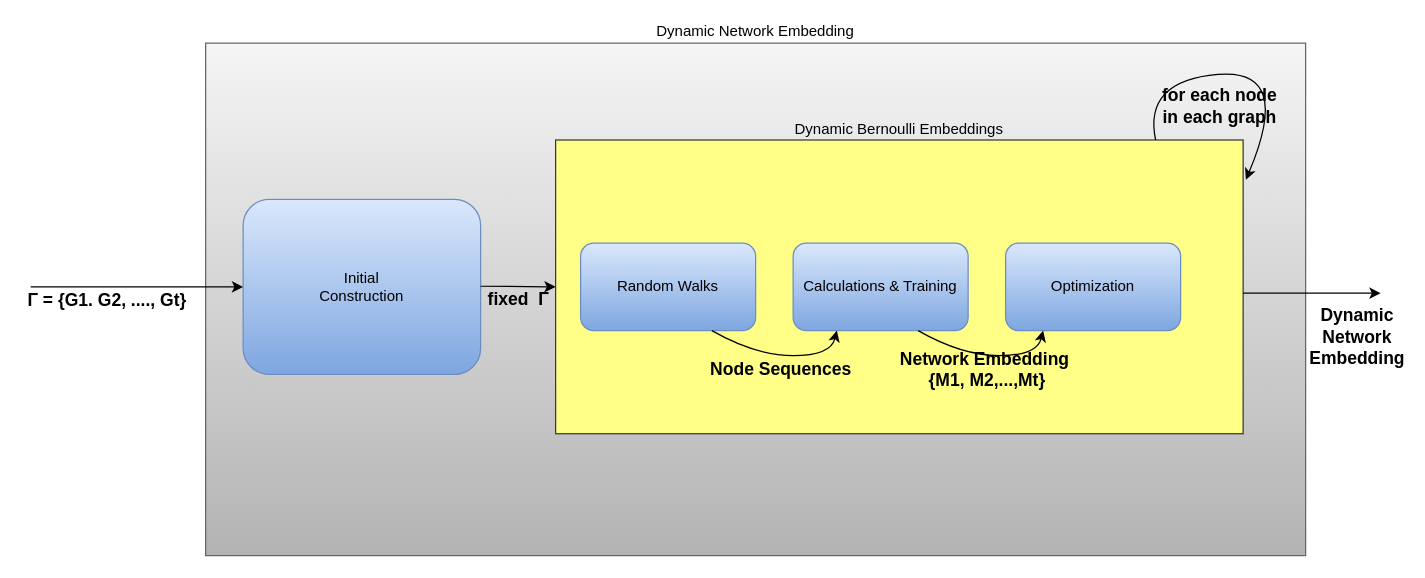
Above: Untitled Diagram.drawio in AvishayBR/Degree_FinalProject (draw.io), before the change. Source tidied: cells renumbered, new cells numbered last; positions are measured from the earlier drawing's top-left corner, leaving out a move shared by most shapes. Both pictures are drawn from the tidied source at 125%, with x=0, y=0 at pixel (30, 42).
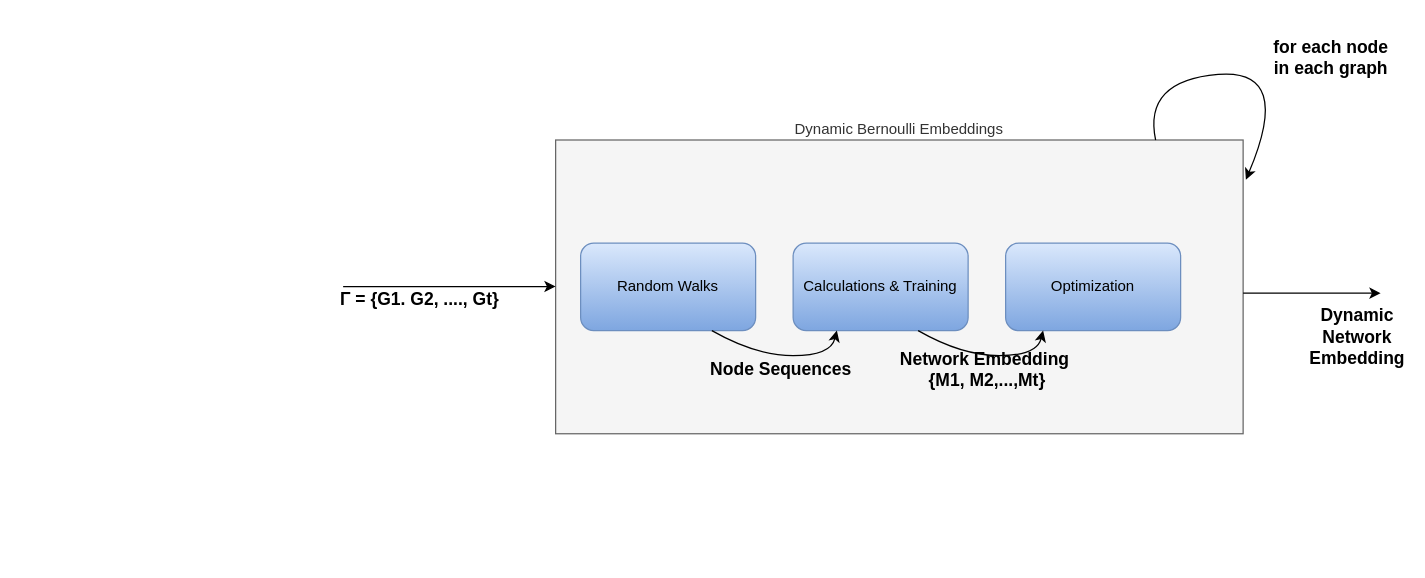
The same diagram, later.

The change refers to these unchanged cells:
```xml
<mxCell id="12" style="curved=1;endArrow=classic;html=1;rounded=0;entryX=1.004;entryY=0.135;entryDx=0;entryDy=0;entryPerimeter=0;" parent="1" edge="1" target="3">
  <mxGeometry relative="1" as="geometry">
    <mxPoint x="900" y="77.5" as="sourcePoint" />
    <Array as="points">
      <mxPoint x="890" y="30" />
      <mxPoint x="1010" y="20" />
    </Array>
  </mxGeometry>
</mxCell>
```

Diff of the diagram source:
```diff
@@
-    <mxCell id="2" value="Dynamic Network Embedding" style="rounded=0;whiteSpace=wrap;html=1;labelPosition=center;verticalLabelPosition=top;align=center;verticalAlign=bottom;fillColor=#f5f5f5;gradientColor=#b3b3b3;strokeColor=#666666;" parent="1" vertex="1">
-      <mxGeometry x="140" width="880" height="410" as="geometry" />
-    </mxCell>
-    <mxCell id="3" value="Dynamic Bernoulli Embeddings" style="rounded=0;whiteSpace=wrap;html=1;labelPosition=center;verticalLabelPosition=top;align=center;verticalAlign=bottom;fillColor=#ffff88;strokeColor=#36393d;" parent="1" vertex="1">
+    <mxCell id="3" value="Dynamic Bernoulli Embeddings" style="rounded=0;whiteSpace=wrap;html=1;labelPosition=center;verticalLabelPosition=top;align=center;verticalAlign=bottom;fillColor=#f5f5f5;strokeColor=#666666;fontColor=#333333;" parent="1" vertex="1">
       <mxGeometry x="420" y="77.5" width="550" height="235" as="geometry" />
     </mxCell>
@@
-    <mxCell id="7" value="Initial&lt;br&gt;Construction" style="rounded=1;whiteSpace=wrap;html=1;fillColor=#dae8fc;gradientColor=#7ea6e0;strokeColor=#6c8ebf;" parent="1" vertex="1">
-      <mxGeometry x="170" y="125" width="190" height="140" as="geometry" />
-    </mxCell>
-    <mxCell id="8" style="endArrow=classic;html=1;rounded=0;" parent="1" edge="1" target="7">
+    <mxCell id="8" style="endArrow=classic;html=1;rounded=0;" parent="1" edge="1">
       <mxGeometry relative="1" as="geometry">
-        <mxPoint y="195" as="sourcePoint" />
+        <mxPoint x="250" y="194.7" as="sourcePoint" />
+        <mxPoint x="420" y="194.7" as="targetPoint" />
       </mxGeometry>
     </mxCell>
@@
-    <mxCell id="10" style="endArrow=classic;html=1;rounded=0;entryX=0;entryY=0.5;entryDx=0;entryDy=0;" parent="1" edge="1" target="3">
-      <mxGeometry relative="1" as="geometry">
-        <mxPoint x="360" y="194.5" as="sourcePoint" />
-      </mxGeometry>
-    </mxCell>
-    <mxCell id="11" value="fixed&amp;nbsp; Γ" style="edgeLabel;html=1;align=center;verticalAlign=middle;labelBackgroundColor=none;fontStyle=1;fontSize=14;" parent="10" vertex="1">
-      <mxGeometry x="-0.54" y="-1" relative="1" as="geometry">
-        <mxPoint x="16" y="9" as="offset" />
-      </mxGeometry>
-    </mxCell>
@@
     <mxCell id="13" value="for each node&lt;div style=&quot;font-size: 14px;&quot;&gt;in each graph&lt;/div&gt;" style="edgeLabel;html=1;align=center;verticalAlign=middle;labelBackgroundColor=none;fontStyle=1;fontSize=14;" parent="12" vertex="1">
       <mxGeometry x="0.04" y="-13" relative="1" as="geometry">
-        <mxPoint x="-30" y="14" as="offset" />
+        <mxPoint x="59" y="-25" as="offset" />
       </mxGeometry>
     </mxCell>
```
